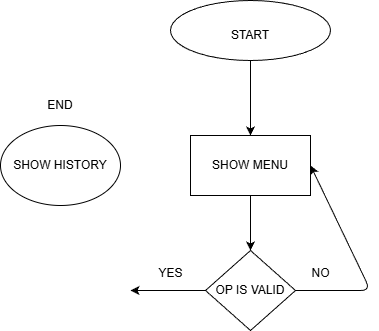
lLuyss123/User_Storys keeps this draw.io diagram as Diagrama.drawio.png. Above is the earlier version. Source tidied: cells renumbered, new cells last; positions are measured from the earlier drawing's top-left corner, leaving out a move shared by most shapes.
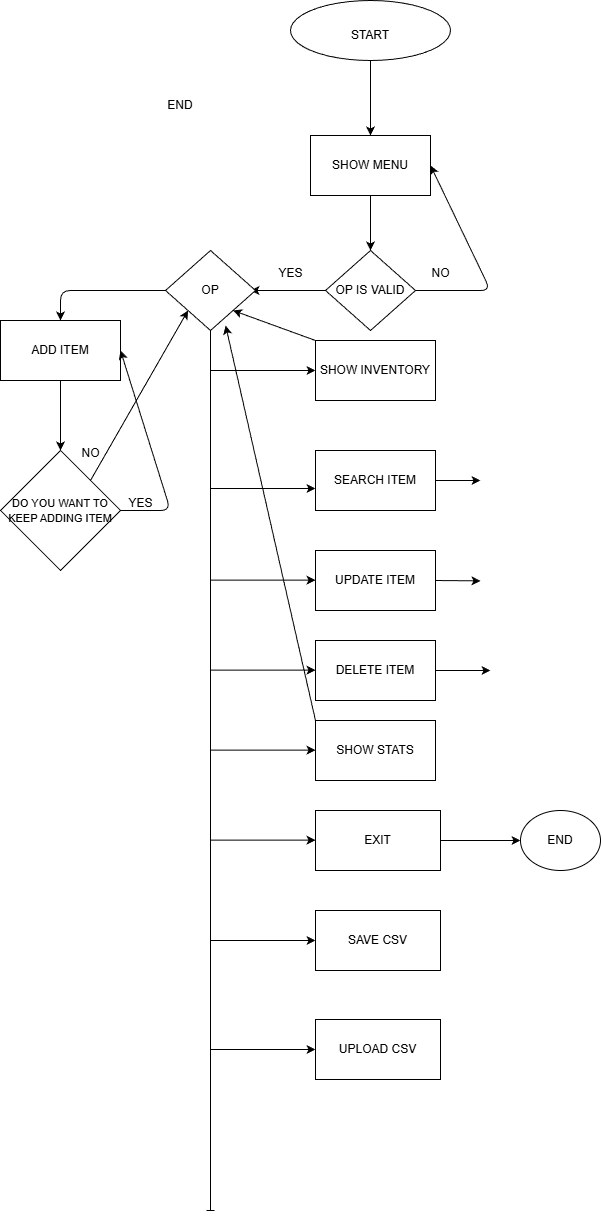
The same diagram one commit later.

Commit message:
cambios en diagrama

Change to the diagram source:
```diff
@@ -8,8 +8,8 @@
     <mxCell id="3" style="ellipse;whiteSpace=wrap;html=1;" parent="1" vertex="1">
       <mxGeometry x="170" width="160" height="60" as="geometry" />
     </mxCell>
-    <mxCell id="4" value="&lt;p&gt;SHOW HISTORY&lt;/p&gt;" style="ellipse;whiteSpace=wrap;html=1;" parent="1" vertex="1">
-      <mxGeometry y="125" width="120" height="80" as="geometry" />
+    <mxCell id="4" value="&lt;p&gt;END&lt;/p&gt;" style="ellipse;whiteSpace=wrap;html=1;" parent="1" vertex="1">
+      <mxGeometry x="400" y="810" width="80" height="60" as="geometry" />
     </mxCell>
     <mxCell id="5" value="START" style="text;html=1;whiteSpace=wrap;strokeColor=none;fillColor=none;align=center;verticalAlign=middle;rounded=0;" parent="1" vertex="1">
       <mxGeometry x="220" y="20" width="60" height="30" as="geometry" />
@@ -44,5 +44,138 @@
     <mxCell id="13" value="YES" style="text;html=1;align=center;verticalAlign=middle;strokeColor=none;fillColor=none;" parent="1" vertex="1">
       <mxGeometry x="145" y="258" width="50" height="30" as="geometry" />
     </mxCell>
+    <mxCell id="14" style="edgeStyle=none;html=1;exitX=0.5;exitY=1;exitDx=0;exitDy=0;endArrow=baseDash;endFill=0;" parent="1" edge="1" source="15">
+      <mxGeometry relative="1" as="geometry">
+        <mxPoint x="90" y="1210" as="targetPoint" />
+      </mxGeometry>
+    </mxCell>
+    <mxCell id="15" value="OP" style="rhombus;whiteSpace=wrap;html=1;" parent="1" vertex="1">
+      <mxGeometry x="45" y="250" width="90" height="80" as="geometry" />
+    </mxCell>
+    <mxCell id="16" style="edgeStyle=none;html=1;exitX=0;exitY=0;exitDx=0;exitDy=0;entryX=1;entryY=1;entryDx=0;entryDy=0;" parent="1" edge="1" source="17" target="15">
+      <mxGeometry relative="1" as="geometry" />
+    </mxCell>
+    <mxCell id="17" value="SHOW INVENTORY" style="rounded=0;whiteSpace=wrap;html=1;" parent="1" vertex="1">
+      <mxGeometry x="195" y="340" width="120" height="60" as="geometry" />
+    </mxCell>
+    <mxCell id="18" style="edgeStyle=none;html=1;" parent="1" edge="1" source="19">
+      <mxGeometry relative="1" as="geometry">
+        <mxPoint x="360" y="480" as="targetPoint" />
+      </mxGeometry>
+    </mxCell>
+    <mxCell id="19" value="SEARCH ITEM" style="rounded=0;whiteSpace=wrap;html=1;" parent="1" vertex="1">
+      <mxGeometry x="195" y="450" width="120" height="60" as="geometry" />
+    </mxCell>
+    <mxCell id="20" style="edgeStyle=none;html=1;exitX=1;exitY=0.5;exitDx=0;exitDy=0;" parent="1" edge="1" source="21">
+      <mxGeometry relative="1" as="geometry">
+        <mxPoint x="360" y="580.4" as="targetPoint" />
+      </mxGeometry>
+    </mxCell>
+    <mxCell id="21" value="UPDATE ITEM" style="rounded=0;whiteSpace=wrap;html=1;" parent="1" vertex="1">
+      <mxGeometry x="195" y="550" width="120" height="60" as="geometry" />
+    </mxCell>
+    <mxCell id="22" style="edgeStyle=none;html=1;" parent="1" edge="1" source="23">
+      <mxGeometry relative="1" as="geometry">
+        <mxPoint x="370" y="670" as="targetPoint" />
+      </mxGeometry>
+    </mxCell>
+    <mxCell id="23" value="DELETE ITEM&lt;span style=&quot;font-family: monospace; font-size: 0px; text-align: start; text-wrap-mode: nowrap;&quot;&gt;%3CmxGraphModel%3E%3Croot%3E%3CmxCell%20id%3D%220%22%2F%3E%3CmxCell%20id%3D%221%22%20parent%3D%220%22%2F%3E%3CmxCell%20id%3D%222%22%20value%3D%22%22%20style%3D%22endArrow%3Dnone%3Bhtml%3D1%3BentryX%3D0%3BentryY%3D0.5%3BentryDx%3D0%3BentryDy%3D0%3B%22%20edge%3D%221%22%20target%3D%223%22%20parent%3D%221%22%3E%3CmxGeometry%20width%3D%2250%22%20height%3D%2250%22%20relative%3D%221%22%20as%3D%22geometry%22%3E%3CmxPoint%20x%3D%22230%22%20y%3D%22730%22%20as%3D%22sourcePoint%22%2F%3E%3CmxPoint%20x%3D%22340%22%20y%3D%22780%22%20as%3D%22targetPoint%22%2F%3E%3C%2FmxGeometry%3E%3C%2FmxCell%3E%3CmxCell%20id%3D%223%22%20value%3D%22UPDATE%20ITEM%22%20style%3D%22rounded%3D0%3BwhiteSpace%3Dwrap%3Bhtml%3D1%3B%22%20vertex%3D%221%22%20parent%3D%221%22%3E%3CmxGeometry%20x%3D%22345%22%20y%3D%22700%22%20width%3D%22120%22%20height%3D%2260%22%20as%3D%22geometry%22%2F%3E%3C%2FmxCell%3E%3C%2Froot%3E%3C%2FmxGraphModel%3E&lt;/span&gt;" style="rounded=0;whiteSpace=wrap;html=1;" parent="1" vertex="1">
+      <mxGeometry x="195" y="640" width="120" height="60" as="geometry" />
+    </mxCell>
+    <mxCell id="24" value="SHOW STATS" style="rounded=0;whiteSpace=wrap;html=1;" parent="1" vertex="1">
+      <mxGeometry x="195" y="720" width="120" height="60" as="geometry" />
+    </mxCell>
+    <mxCell id="25" style="edgeStyle=none;html=1;exitX=1;exitY=0.5;exitDx=0;exitDy=0;entryX=0;entryY=0.5;entryDx=0;entryDy=0;" parent="1" edge="1" source="26" target="4">
+      <mxGeometry relative="1" as="geometry" />
+    </mxCell>
+    <mxCell id="26" value="EXIT" style="rounded=0;whiteSpace=wrap;html=1;" parent="1" vertex="1">
+      <mxGeometry x="195" y="810" width="125" height="60" as="geometry" />
+    </mxCell>
+    <mxCell id="27" style="edgeStyle=none;html=1;entryX=0.5;entryY=0;entryDx=0;entryDy=0;" parent="1" edge="1" source="28" target="32">
+      <mxGeometry relative="1" as="geometry" />
+    </mxCell>
+    <mxCell id="28" value="ADD ITEM" style="rounded=0;whiteSpace=wrap;html=1;" parent="1" vertex="1">
+      <mxGeometry x="-120" y="320" width="120" height="60" as="geometry" />
+    </mxCell>
+    <mxCell id="29" style="edgeStyle=none;html=1;exitX=0;exitY=0.5;exitDx=0;exitDy=0;entryX=0.5;entryY=0;entryDx=0;entryDy=0;" parent="1" edge="1" source="15" target="28">
+      <mxGeometry relative="1" as="geometry">
+        <Array as="points">
+          <mxPoint x="-60" y="290" />
+        </Array>
+      </mxGeometry>
+    </mxCell>
+    <mxCell id="30" style="edgeStyle=none;html=1;entryX=1;entryY=0.5;entryDx=0;entryDy=0;" parent="1" edge="1" source="32" target="28">
+      <mxGeometry relative="1" as="geometry">
+        <Array as="points">
+          <mxPoint x="50" y="510" />
+        </Array>
+      </mxGeometry>
+    </mxCell>
+    <mxCell id="31" style="edgeStyle=none;html=1;exitX=1;exitY=0;exitDx=0;exitDy=0;entryX=0;entryY=1;entryDx=0;entryDy=0;" parent="1" edge="1" source="32" target="15">
+      <mxGeometry relative="1" as="geometry" />
+    </mxCell>
+    <mxCell id="32" value="&lt;font style=&quot;font-size: 11px;&quot;&gt;DO YOU WANT TO KEEP ADDING ITEM&lt;/font&gt;" style="rhombus;whiteSpace=wrap;html=1;" parent="1" vertex="1">
+      <mxGeometry x="-120" y="450" width="120" height="120" as="geometry" />
+    </mxCell>
+    <mxCell id="33" value="YES" style="text;html=1;align=center;verticalAlign=middle;strokeColor=none;fillColor=none;" parent="1" vertex="1">
+      <mxGeometry x="-5" y="488" width="50" height="30" as="geometry" />
+    </mxCell>
+    <mxCell id="34" value="NO" style="text;html=1;align=center;verticalAlign=middle;strokeColor=none;fillColor=none;" parent="1" vertex="1">
+      <mxGeometry x="-50" y="438" width="40" height="30" as="geometry" />
+    </mxCell>
+    <mxCell id="35" style="endArrow=classic;html=1;entryX=0;entryY=0.5;entryDx=0;entryDy=0;" parent="1" edge="1" target="17">
+      <mxGeometry relative="1" as="geometry">
+        <mxPoint x="90" y="370" as="sourcePoint" />
+      </mxGeometry>
+    </mxCell>
+    <mxCell id="36" style="endArrow=classic;html=1;entryX=0;entryY=0.5;entryDx=0;entryDy=0;" parent="1" edge="1">
+      <mxGeometry relative="1" as="geometry">
+        <mxPoint x="90" y="488" as="sourcePoint" />
+        <mxPoint x="195" y="488" as="targetPoint" />
+      </mxGeometry>
+    </mxCell>
+    <mxCell id="37" style="endArrow=classic;html=1;entryX=0;entryY=0.5;entryDx=0;entryDy=0;" parent="1" edge="1">
+      <mxGeometry relative="1" as="geometry">
+        <mxPoint x="90" y="579.7" as="sourcePoint" />
+        <mxPoint x="195" y="579.7" as="targetPoint" />
+      </mxGeometry>
+    </mxCell>
+    <mxCell id="38" style="endArrow=classic;html=1;entryX=0;entryY=0.5;entryDx=0;entryDy=0;" parent="1" edge="1">
+      <mxGeometry relative="1" as="geometry">
+        <mxPoint x="90" y="669.7" as="sourcePoint" />
+        <mxPoint x="195" y="669.7" as="targetPoint" />
+      </mxGeometry>
+    </mxCell>
+    <mxCell id="39" style="endArrow=classic;html=1;entryX=0;entryY=0.5;entryDx=0;entryDy=0;" parent="1" edge="1">
+      <mxGeometry relative="1" as="geometry">
+        <mxPoint x="90" y="839.7" as="sourcePoint" />
+        <mxPoint x="195" y="839.7" as="targetPoint" />
+      </mxGeometry>
+    </mxCell>
+    <mxCell id="40" style="endArrow=classic;html=1;entryX=0;entryY=0.5;entryDx=0;entryDy=0;" parent="1" edge="1">
+      <mxGeometry relative="1" as="geometry">
+        <mxPoint x="90" y="749.7" as="sourcePoint" />
+        <mxPoint x="195" y="749.7" as="targetPoint" />
+      </mxGeometry>
+    </mxCell>
+    <mxCell id="41" style="edgeStyle=none;html=1;exitX=0;exitY=0;exitDx=0;exitDy=0;entryX=0.668;entryY=0.938;entryDx=0;entryDy=0;entryPerimeter=0;" parent="1" edge="1" source="24" target="15">
+      <mxGeometry relative="1" as="geometry" />
+    </mxCell>
+    <mxCell id="42" style="endArrow=classic;html=1;entryX=0;entryY=0.5;entryDx=0;entryDy=0;" parent="1" edge="1" target="43">
+      <mxGeometry relative="1" as="geometry">
+        <mxPoint x="90" y="940" as="sourcePoint" />
+      </mxGeometry>
+    </mxCell>
+    <mxCell id="43" value="SAVE CSV" style="rounded=0;whiteSpace=wrap;html=1;" parent="1" vertex="1">
+      <mxGeometry x="195" y="910" width="125" height="60" as="geometry" />
+    </mxCell>
+    <mxCell id="44" style="endArrow=classic;html=1;entryX=0;entryY=0.5;entryDx=0;entryDy=0;" parent="1" edge="1" target="45">
+      <mxGeometry relative="1" as="geometry">
+        <mxPoint x="90" y="1049" as="sourcePoint" />
+      </mxGeometry>
+    </mxCell>
+    <mxCell id="45" value="UPLOAD CSV" style="rounded=0;whiteSpace=wrap;html=1;" parent="1" vertex="1">
+      <mxGeometry x="195" y="1019" width="125" height="60" as="geometry" />
+    </mxCell>
   </root>
 </mxGraphModel>
```
